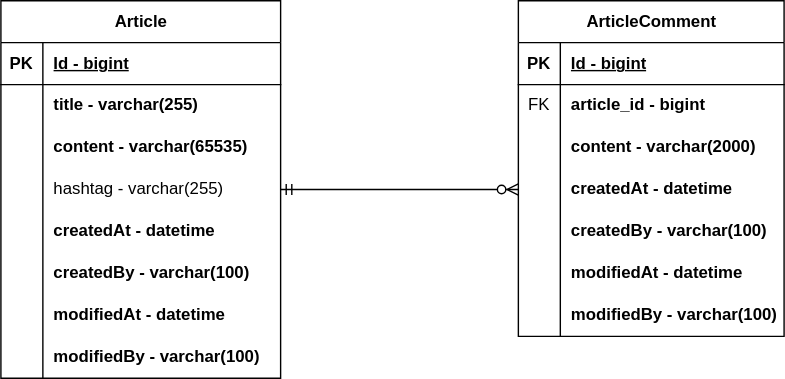
Above: document/project-board-erd.svg in sseongha11/project-board (draw.io), before the change. Source tidied: cells renumbered, new cells last; positions are measured from the earlier drawing's top-left corner, leaving out a move shared by most shapes.
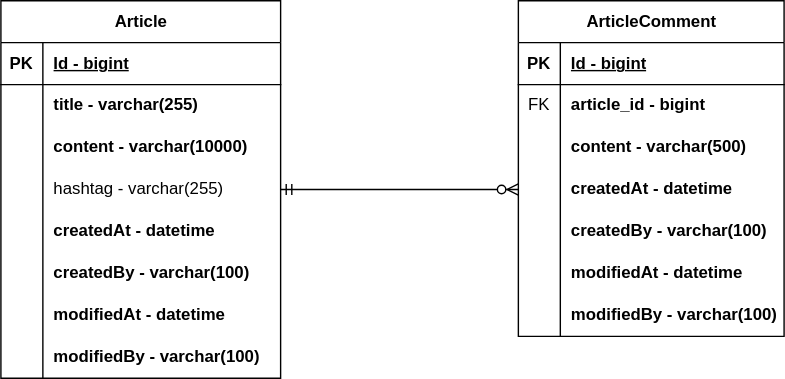
Above is the later version.

Commit message:
#10 - updated erd: the size of content is changed

The edit, as a diff of the source:
```diff
@@ -29,7 +29,7 @@
     <mxCell id="10" style="shape=partialRectangle;fillColor=none;top=0;left=0;bottom=0;right=0;overflow=hidden;whiteSpace=wrap;html=1;" parent="9" vertex="1">
       <mxGeometry width="30" height="30" as="geometry" />
     </mxCell>
-    <mxCell id="11" value="content - varchar(65535)" style="shape=partialRectangle;fillColor=none;top=0;left=0;bottom=0;right=0;align=left;spacingLeft=6;overflow=hidden;whiteSpace=wrap;html=1;fontStyle=1;" parent="9" vertex="1">
+    <mxCell id="11" value="content - varchar(10000)" style="shape=partialRectangle;fillColor=none;top=0;left=0;bottom=0;right=0;align=left;spacingLeft=6;overflow=hidden;whiteSpace=wrap;html=1;fontStyle=1;" parent="9" vertex="1">
       <mxGeometry x="30" width="170" height="30" as="geometry" />
     </mxCell>
     <mxCell id="12" style="shape=tableRow;horizontal=0;startSize=0;swimlaneHead=0;swimlaneBody=0;fillColor=none;points=[[0,0.5],[1,0.5]];portConstraint=eastwest;top=0;left=0;right=0;bottom=0;" parent="2" vertex="1">
@@ -104,7 +104,7 @@
     <mxCell id="35" style="shape=partialRectangle;fillColor=none;top=0;left=0;bottom=0;right=0;overflow=hidden;whiteSpace=wrap;html=1;" parent="34" vertex="1">
       <mxGeometry width="30" height="30" as="geometry" />
     </mxCell>
-    <mxCell id="36" value="content - varchar(2000)" style="shape=partialRectangle;fillColor=none;top=0;left=0;bottom=0;right=0;align=left;spacingLeft=6;overflow=hidden;whiteSpace=wrap;html=1;fontStyle=1;" parent="34" vertex="1">
+    <mxCell id="36" value="content - varchar(500)" style="shape=partialRectangle;fillColor=none;top=0;left=0;bottom=0;right=0;align=left;spacingLeft=6;overflow=hidden;whiteSpace=wrap;html=1;fontStyle=1;" parent="34" vertex="1">
       <mxGeometry x="30" width="160" height="30" as="geometry" />
     </mxCell>
     <mxCell id="37" style="shape=tableRow;horizontal=0;startSize=0;swimlaneHead=0;swimlaneBody=0;fillColor=none;points=[[0,0.5],[1,0.5]];portConstraint=eastwest;top=0;left=0;right=0;bottom=0;" parent="27" vertex="1">
```
